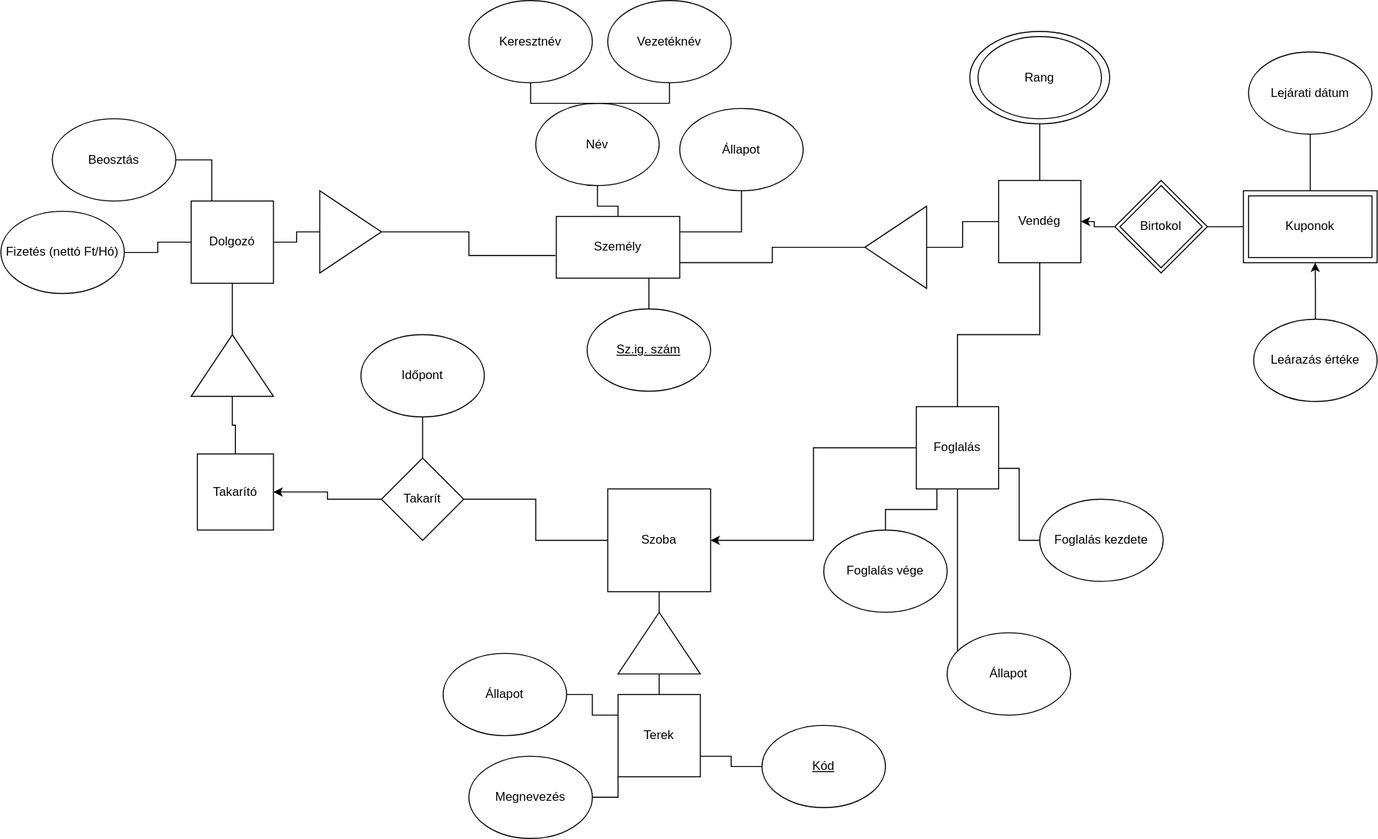
Earlier version of the draw.io export SzallodaProjektAdatbazisDiagram.drawio.svg (BarnaGergely/AdatbazisKezekesProjektSZTE). Source tidied: cells renumbered, new cells last; positions are measured from the earlier drawing's top-left corner, leaving out a move shared by most shapes.
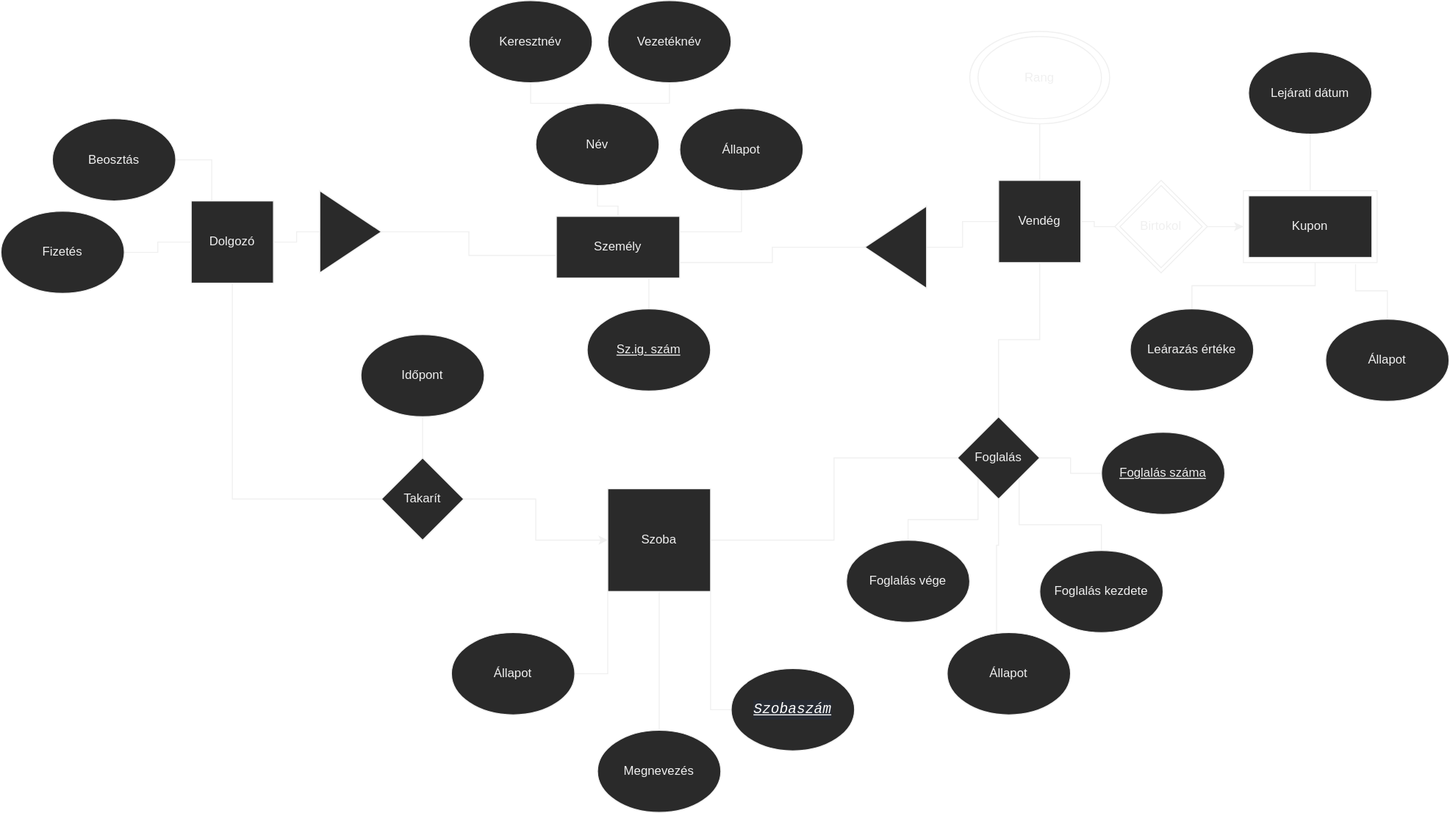
Later version of the same file.

Commit message:
még több minden

Diff of the diagram source:
```diff
@@ -2,7 +2,7 @@
   <root>
     <mxCell id="0" />
     <mxCell id="1" parent="0" />
-    <mxCell id="2" value="Személy" style="rounded=0;whiteSpace=wrap;html=1;strokeColor=default;fillStyle=cross-hatch;fillColor=default;perimeterSpacing=0;" parent="1" vertex="1">
+    <mxCell id="2" value="Személy" style="rounded=0;whiteSpace=wrap;html=1;strokeColor=default;fillStyle=auto;fillColor=default;perimeterSpacing=0;" parent="1" vertex="1">
       <mxGeometry x="540" y="210" width="120" height="60" as="geometry" />
     </mxCell>
     <mxCell id="3" value="Dolgozó" style="whiteSpace=wrap;html=1;" parent="1" vertex="1">
@@ -11,6 +11,9 @@
     <mxCell id="4" value="Vendég" style="whiteSpace=wrap;html=1;" parent="1" vertex="1">
       <mxGeometry x="970" y="175" width="80" height="80" as="geometry" />
     </mxCell>
+    <mxCell id="67" style="edgeStyle=orthogonalEdgeStyle;rounded=0;jettySize=auto;html=1;entryX=0.5;entryY=0;entryDx=0;entryDy=0;startArrow=none;startFill=0;endArrow=none;endFill=0;exitX=0.5;exitY=1;exitDx=0;exitDy=0;" parent="1" edge="1" source="5" target="41">
+      <mxGeometry relative="1" as="geometry" />
+    </mxCell>
     <mxCell id="5" value="Szoba" style="whiteSpace=wrap;html=1;" parent="1" vertex="1">
       <mxGeometry x="590" y="475" width="100" height="100" as="geometry" />
     </mxCell>
@@ -35,7 +38,7 @@
     <mxCell id="12" style="edgeStyle=orthogonalEdgeStyle;rounded=0;jettySize=auto;html=1;endArrow=none;endFill=0;entryX=0.75;entryY=1;entryDx=0;entryDy=0;" parent="1" edge="1" source="13" target="2">
       <mxGeometry relative="1" as="geometry" />
     </mxCell>
-    <mxCell id="13" value="&lt;u&gt;Sz.ig. szám&lt;/u&gt;" style="ellipse;whiteSpace=wrap;html=1;" parent="1" vertex="1">
+    <mxCell id="13" value="&lt;u&gt;Sz.ig. szám&lt;/u&gt;" style="ellipse;whiteSpace=wrap;html=1;fillColor=default;" parent="1" vertex="1">
       <mxGeometry x="570" y="300" width="120" height="80" as="geometry" />
     </mxCell>
     <mxCell id="14" style="edgeStyle=orthogonalEdgeStyle;rounded=0;jettySize=auto;html=1;entryX=0.25;entryY=0;entryDx=0;entryDy=0;fontFamily=Helvetica;fontSize=12;fontColor=default;endArrow=none;endFill=0;" parent="1" edge="1" source="15" target="3">
@@ -47,7 +50,7 @@
     <mxCell id="16" style="edgeStyle=orthogonalEdgeStyle;rounded=0;jettySize=auto;html=1;entryX=0;entryY=0.5;entryDx=0;entryDy=0;endArrow=none;endFill=0;" parent="1" edge="1" source="17" target="3">
       <mxGeometry relative="1" as="geometry" />
     </mxCell>
-    <mxCell id="17" value="Fizetés (nettó Ft/Hó)" style="ellipse;whiteSpace=wrap;html=1;" parent="1" vertex="1">
+    <mxCell id="17" value="Fizetés" style="ellipse;whiteSpace=wrap;html=1;" parent="1" vertex="1">
       <mxGeometry y="205" width="120" height="80" as="geometry" />
     </mxCell>
     <mxCell id="18" style="edgeStyle=orthogonalEdgeStyle;rounded=0;jettySize=auto;html=1;entryX=1;entryY=0.75;entryDx=0;entryDy=0;fontFamily=Helvetica;fontSize=12;fontColor=default;endArrow=none;endFill=0;" parent="1" edge="1" source="20" target="2">
@@ -68,83 +71,53 @@
     <mxCell id="23" style="triangle;whiteSpace=wrap;html=1;strokeColor=default;fontFamily=Helvetica;fontSize=12;fontColor=default;fillColor=default;rotation=0;" parent="1" vertex="1">
       <mxGeometry x="310" y="185" width="60" height="80" as="geometry" />
     </mxCell>
-    <mxCell id="24" style="edgeStyle=orthogonalEdgeStyle;rounded=0;jettySize=auto;html=1;entryX=1;entryY=0.5;entryDx=0;entryDy=0;endArrow=classic;endFill=1;startArrow=none;startFill=0;" parent="1" edge="1" source="26" target="27">
-      <mxGeometry relative="1" as="geometry" />
-    </mxCell>
-    <mxCell id="25" style="edgeStyle=orthogonalEdgeStyle;rounded=0;jettySize=auto;html=1;endArrow=none;endFill=0;startArrow=none;startFill=0;" parent="1" edge="1" source="26" target="5">
+    <mxCell id="25" style="edgeStyle=orthogonalEdgeStyle;rounded=0;jettySize=auto;html=1;endArrow=classic;endFill=1;startArrow=none;startFill=0;" parent="1" edge="1" source="26" target="5">
       <mxGeometry relative="1" as="geometry" />
     </mxCell>
+    <mxCell id="68" style="edgeStyle=orthogonalEdgeStyle;rounded=0;jettySize=auto;html=1;entryX=0.5;entryY=1;entryDx=0;entryDy=0;startArrow=none;startFill=0;endArrow=none;endFill=0;" parent="1" edge="1" source="26" target="3">
+      <mxGeometry relative="1" as="geometry" />
+    </mxCell>
     <mxCell id="26" value="Takarít" style="rhombus;whiteSpace=wrap;html=1;" parent="1" vertex="1">
       <mxGeometry x="370" y="445" width="80" height="80" as="geometry" />
     </mxCell>
-    <mxCell id="27" value="Takarító" style="whiteSpace=wrap;html=1;" parent="1" vertex="1">
-      <mxGeometry x="191" y="441" width="74" height="74" as="geometry" />
-    </mxCell>
-    <mxCell id="28" style="edgeStyle=orthogonalEdgeStyle;rounded=0;jettySize=auto;html=1;entryX=0.5;entryY=1;entryDx=0;entryDy=0;endArrow=none;endFill=0;" parent="1" edge="1" source="30" target="3">
-      <mxGeometry relative="1" as="geometry" />
-    </mxCell>
-    <mxCell id="29" style="edgeStyle=orthogonalEdgeStyle;rounded=0;jettySize=auto;html=1;entryX=0.5;entryY=0;entryDx=0;entryDy=0;endArrow=none;endFill=0;" parent="1" edge="1" source="30" target="27">
-      <mxGeometry relative="1" as="geometry" />
-    </mxCell>
-    <mxCell id="30" style="triangle;whiteSpace=wrap;html=1;rotation=-90;" parent="1" vertex="1">
-      <mxGeometry x="195" y="315" width="60" height="80" as="geometry" />
-    </mxCell>
-    <mxCell id="31" style="edgeStyle=orthogonalEdgeStyle;rounded=0;jettySize=auto;html=1;endArrow=none;endFill=0;startArrow=none;startFill=0;" parent="1" edge="1" source="33" target="4">
+    <mxCell id="31" style="edgeStyle=orthogonalEdgeStyle;rounded=0;jettySize=auto;html=1;endArrow=none;endFill=0;startArrow=none;startFill=0;exitX=0.5;exitY=0;exitDx=0;exitDy=0;" parent="1" edge="1" source="33" target="4">
       <mxGeometry relative="1" as="geometry" />
     </mxCell>
-    <mxCell id="32" style="edgeStyle=orthogonalEdgeStyle;rounded=0;jettySize=auto;html=1;entryX=1;entryY=0.5;entryDx=0;entryDy=0;endArrow=classic;endFill=1;" parent="1" edge="1" source="33" target="5">
+    <mxCell id="32" style="edgeStyle=orthogonalEdgeStyle;rounded=0;jettySize=auto;html=1;entryX=1;entryY=0.5;entryDx=0;entryDy=0;endArrow=none;endFill=0;exitX=0;exitY=0.5;exitDx=0;exitDy=0;" parent="1" edge="1" source="33" target="5">
       <mxGeometry relative="1" as="geometry" />
     </mxCell>
-    <mxCell id="33" value="Foglalás" style="whiteSpace=wrap;html=1;" parent="1" vertex="1">
-      <mxGeometry x="890" y="395" width="80" height="80" as="geometry" />
-    </mxCell>
-    <mxCell id="34" style="edgeStyle=orthogonalEdgeStyle;rounded=0;jettySize=auto;html=1;entryX=0;entryY=0.5;entryDx=0;entryDy=0;endArrow=none;endFill=0;" parent="1" edge="1" source="35" target="43">
-      <mxGeometry relative="1" as="geometry" />
-    </mxCell>
-    <mxCell id="35" value="Terek" style="whiteSpace=wrap;html=1;" parent="1" vertex="1">
-      <mxGeometry x="600" y="675" width="80" height="80" as="geometry" />
-    </mxCell>
-    <mxCell id="36" style="edgeStyle=orthogonalEdgeStyle;rounded=0;jettySize=auto;html=1;entryX=1;entryY=0.75;entryDx=0;entryDy=0;endArrow=none;endFill=0;" parent="1" edge="1" source="37" target="35">
+    <mxCell id="36" style="edgeStyle=orthogonalEdgeStyle;rounded=0;jettySize=auto;html=1;entryX=1;entryY=1;entryDx=0;entryDy=0;endArrow=none;endFill=0;" parent="1" edge="1" source="37" target="5">
       <mxGeometry relative="1" as="geometry" />
     </mxCell>
-    <mxCell id="37" value="&lt;u&gt;Kód&lt;/u&gt;" style="ellipse;whiteSpace=wrap;html=1;" parent="1" vertex="1">
-      <mxGeometry x="740" y="705" width="120" height="80" as="geometry" />
+    <mxCell id="37" value="&lt;div style=&quot;background-color: rgb(40, 44, 52); font-family: Consolas, &amp;quot;Courier New&amp;quot;, monospace; font-size: 14px; line-height: 19px;&quot;&gt;&lt;font style=&quot;&quot; color=&quot;#ffffff&quot;&gt;&lt;u&gt;&lt;i&gt;Szobaszám&lt;/i&gt;&lt;/u&gt;&lt;/font&gt;&lt;/div&gt;" style="ellipse;whiteSpace=wrap;html=1;" parent="1" vertex="1">
+      <mxGeometry x="710" y="650" width="120" height="80" as="geometry" />
     </mxCell>
-    <mxCell id="38" style="edgeStyle=orthogonalEdgeStyle;rounded=0;jettySize=auto;html=1;entryX=0;entryY=0.25;entryDx=0;entryDy=0;endArrow=none;endFill=0;" parent="1" edge="1" source="39" target="35">
+    <mxCell id="38" style="edgeStyle=orthogonalEdgeStyle;rounded=0;jettySize=auto;html=1;entryX=0;entryY=1;entryDx=0;entryDy=0;endArrow=none;endFill=0;" parent="1" edge="1" source="39" target="5">
       <mxGeometry relative="1" as="geometry" />
     </mxCell>
     <mxCell id="39" value="Állapot" style="ellipse;whiteSpace=wrap;html=1;" parent="1" vertex="1">
-      <mxGeometry x="430" y="635" width="120" height="80" as="geometry" />
+      <mxGeometry x="438" y="615" width="120" height="80" as="geometry" />
     </mxCell>
-    <mxCell id="40" style="edgeStyle=orthogonalEdgeStyle;rounded=0;jettySize=auto;html=1;entryX=0;entryY=1;entryDx=0;entryDy=0;endArrow=none;endFill=0;" parent="1" edge="1" source="41" target="35">
-      <mxGeometry relative="1" as="geometry" />
-    </mxCell>
     <mxCell id="41" value="Megnevezés" style="ellipse;whiteSpace=wrap;html=1;" parent="1" vertex="1">
-      <mxGeometry x="455" y="735" width="120" height="80" as="geometry" />
+      <mxGeometry x="580" y="710" width="120" height="80" as="geometry" />
     </mxCell>
-    <mxCell id="42" style="edgeStyle=orthogonalEdgeStyle;rounded=0;jettySize=auto;html=1;entryX=0.5;entryY=1;entryDx=0;entryDy=0;endArrow=none;endFill=0;" parent="1" edge="1" source="43" target="5">
-      <mxGeometry relative="1" as="geometry" />
-    </mxCell>
-    <mxCell id="43" style="triangle;whiteSpace=wrap;html=1;rotation=-90;" parent="1" vertex="1">
-      <mxGeometry x="610" y="585" width="60" height="80" as="geometry" />
-    </mxCell>
-    <mxCell id="44" style="edgeStyle=orthogonalEdgeStyle;rounded=0;jettySize=auto;html=1;entryX=1;entryY=0.75;entryDx=0;entryDy=0;startArrow=none;startFill=0;endArrow=none;endFill=0;" parent="1" edge="1" source="45" target="33">
+    <mxCell id="44" style="edgeStyle=orthogonalEdgeStyle;rounded=0;jettySize=auto;html=1;entryX=1;entryY=1;entryDx=0;entryDy=0;startArrow=none;startFill=0;endArrow=none;endFill=0;" parent="1" edge="1" source="45" target="33">
       <mxGeometry relative="1" as="geometry" />
     </mxCell>
     <mxCell id="45" value="Foglalás kezdete" style="ellipse;whiteSpace=wrap;html=1;" parent="1" vertex="1">
-      <mxGeometry x="1010" y="485" width="120" height="80" as="geometry" />
+      <mxGeometry x="1010" y="535" width="120" height="80" as="geometry" />
     </mxCell>
-    <mxCell id="46" style="edgeStyle=orthogonalEdgeStyle;rounded=0;jettySize=auto;html=1;entryX=0.25;entryY=1;entryDx=0;entryDy=0;startArrow=none;startFill=0;endArrow=none;endFill=0;" parent="1" edge="1" source="47" target="33">
+    <mxCell id="46" style="edgeStyle=orthogonalEdgeStyle;rounded=0;jettySize=auto;html=1;entryX=0;entryY=1;entryDx=0;entryDy=0;startArrow=none;startFill=0;endArrow=none;endFill=0;" parent="1" edge="1" source="47" target="33">
       <mxGeometry relative="1" as="geometry" />
     </mxCell>
     <mxCell id="47" value="Foglalás vége" style="ellipse;whiteSpace=wrap;html=1;" parent="1" vertex="1">
-      <mxGeometry x="800" y="515" width="120" height="80" as="geometry" />
+      <mxGeometry x="822" y="525" width="120" height="80" as="geometry" />
     </mxCell>
-    <mxCell id="48" style="edgeStyle=orthogonalEdgeStyle;rounded=0;jettySize=auto;html=1;startArrow=none;startFill=0;endArrow=none;endFill=0;" parent="1" edge="1" source="49" target="33">
+    <mxCell id="48" style="edgeStyle=orthogonalEdgeStyle;rounded=0;jettySize=auto;html=1;startArrow=none;startFill=0;endArrow=none;endFill=0;entryX=0.5;entryY=1;entryDx=0;entryDy=0;" parent="1" edge="1" source="49" target="33">
       <mxGeometry relative="1" as="geometry">
         <Array as="points">
-          <mxPoint x="930" y="555" />
-          <mxPoint x="930" y="555" />
+          <mxPoint x="968" y="530" />
+          <mxPoint x="970" y="530" />
         </Array>
       </mxGeometry>
     </mxCell>
@@ -160,31 +133,31 @@
     <mxCell id="52" style="rounded=0;whiteSpace=wrap;html=1;" parent="1" vertex="1">
       <mxGeometry x="1213" y="190" width="120" height="60" as="geometry" />
     </mxCell>
-    <mxCell id="53" style="edgeStyle=orthogonalEdgeStyle;rounded=0;jettySize=auto;html=1;exitX=0;exitY=0.5;exitDx=0;exitDy=0;endArrow=none;endFill=0;" parent="1" edge="1" source="54" target="57">
+    <mxCell id="53" style="edgeStyle=orthogonalEdgeStyle;rounded=0;jettySize=auto;html=1;exitX=0;exitY=0.5;exitDx=0;exitDy=0;endArrow=none;endFill=0;startArrow=classic;startFill=1;" parent="1" edge="1" source="54" target="57">
       <mxGeometry relative="1" as="geometry" />
     </mxCell>
-    <mxCell id="54" value="Kuponok" style="rounded=0;whiteSpace=wrap;html=1;fillColor=none;" parent="1" vertex="1">
+    <mxCell id="54" value="Kupon" style="rounded=0;whiteSpace=wrap;html=1;fillColor=none;" parent="1" vertex="1">
       <mxGeometry x="1208" y="185" width="130" height="70" as="geometry" />
     </mxCell>
     <mxCell id="55" style="rhombus;whiteSpace=wrap;html=1;fillColor=none;" parent="1" vertex="1">
       <mxGeometry x="1088" y="180" width="80" height="80" as="geometry" />
     </mxCell>
-    <mxCell id="56" style="edgeStyle=orthogonalEdgeStyle;rounded=0;jettySize=auto;html=1;endArrow=classic;endFill=1;" parent="1" edge="1" source="57" target="4">
+    <mxCell id="56" style="edgeStyle=orthogonalEdgeStyle;rounded=0;jettySize=auto;html=1;endArrow=none;endFill=0;" parent="1" edge="1" source="57" target="4">
       <mxGeometry relative="1" as="geometry" />
     </mxCell>
     <mxCell id="57" value="Birtokol" style="rhombus;whiteSpace=wrap;html=1;fillColor=none;" parent="1" vertex="1">
       <mxGeometry x="1083" y="175" width="90" height="90" as="geometry" />
     </mxCell>
-    <mxCell id="58" style="edgeStyle=orthogonalEdgeStyle;rounded=0;jettySize=auto;html=1;entryX=0.537;entryY=1;entryDx=0;entryDy=0;entryPerimeter=0;endArrow=classic;endFill=1;" parent="1" edge="1" source="59" target="54">
+    <mxCell id="58" style="edgeStyle=orthogonalEdgeStyle;rounded=0;jettySize=auto;html=1;entryX=0.537;entryY=1;entryDx=0;entryDy=0;entryPerimeter=0;endArrow=none;endFill=0;" parent="1" edge="1" source="59" target="54">
       <mxGeometry relative="1" as="geometry" />
     </mxCell>
-    <mxCell id="59" value="Leárazás értéke" style="ellipse;whiteSpace=wrap;html=1;fillColor=none;" parent="1" vertex="1">
-      <mxGeometry x="1218" y="310" width="120" height="80" as="geometry" />
+    <mxCell id="59" value="Leárazás értéke" style="ellipse;whiteSpace=wrap;html=1;fillColor=default;" parent="1" vertex="1">
+      <mxGeometry x="1098" y="300" width="120" height="80" as="geometry" />
     </mxCell>
     <mxCell id="60" style="edgeStyle=orthogonalEdgeStyle;rounded=0;jettySize=auto;html=1;entryX=0.5;entryY=0;entryDx=0;entryDy=0;endArrow=none;endFill=0;" parent="1" edge="1" source="61" target="54">
       <mxGeometry relative="1" as="geometry" />
     </mxCell>
-    <mxCell id="61" value="Lejárati dátum" style="ellipse;whiteSpace=wrap;html=1;fillColor=none;" parent="1" vertex="1">
+    <mxCell id="61" value="Lejárati dátum" style="ellipse;whiteSpace=wrap;html=1;fillColor=default;" parent="1" vertex="1">
       <mxGeometry x="1213" y="50" width="120" height="80" as="geometry" />
     </mxCell>
     <mxCell id="62" value="Rang" style="ellipse;whiteSpace=wrap;html=1;fillColor=none;" parent="1" vertex="1">
@@ -199,8 +172,23 @@
     <mxCell id="65" style="edgeStyle=orthogonalEdgeStyle;rounded=0;jettySize=auto;html=1;entryX=0.5;entryY=0;entryDx=0;entryDy=0;endArrow=none;endFill=0;" parent="1" edge="1" source="66" target="26">
       <mxGeometry relative="1" as="geometry" />
     </mxCell>
-    <mxCell id="66" value="Időpont" style="ellipse;whiteSpace=wrap;html=1;fillColor=none;" parent="1" vertex="1">
+    <mxCell id="66" value="Időpont" style="ellipse;whiteSpace=wrap;html=1;fillColor=default;" parent="1" vertex="1">
       <mxGeometry x="350" y="325" width="120" height="80" as="geometry" />
     </mxCell>
+    <mxCell id="69" style="edgeStyle=orthogonalEdgeStyle;rounded=0;jettySize=auto;html=1;entryX=0.839;entryY=1.022;entryDx=0;entryDy=0;entryPerimeter=0;startArrow=none;startFill=0;endArrow=none;endFill=0;" parent="1" edge="1" source="70" target="54">
+      <mxGeometry relative="1" as="geometry" />
+    </mxCell>
+    <mxCell id="70" value="Állapot" style="ellipse;whiteSpace=wrap;html=1;fillStyle=auto;fillColor=default;" parent="1" vertex="1">
+      <mxGeometry x="1288" y="310" width="120" height="80" as="geometry" />
+    </mxCell>
+    <mxCell id="71" style="edgeStyle=orthogonalEdgeStyle;rounded=0;jettySize=auto;html=1;entryX=1;entryY=0.5;entryDx=0;entryDy=0;startArrow=none;startFill=0;endArrow=none;endFill=0;" parent="1" edge="1" source="72" target="33">
+      <mxGeometry relative="1" as="geometry" />
+    </mxCell>
+    <mxCell id="72" value="&lt;u&gt;Foglalás száma&lt;/u&gt;" style="ellipse;whiteSpace=wrap;html=1;fillStyle=auto;fillColor=default;" parent="1" vertex="1">
+      <mxGeometry x="1070" y="420" width="120" height="80" as="geometry" />
+    </mxCell>
+    <mxCell id="33" value="Foglalás" style="rhombus;whiteSpace=wrap;html=1;fillStyle=auto;fillColor=default;" parent="1" vertex="1">
+      <mxGeometry x="930" y="405" width="80" height="80" as="geometry" />
+    </mxCell>
   </root>
 </mxGraphModel>
```
